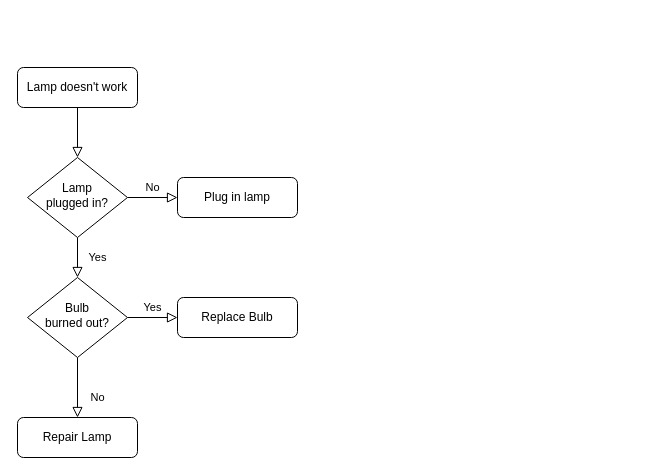
Before: Untitled Diagram.drawio in learnwithvikasjha/demo, a draw.io diagram. Source tidied: cells renumbered, new cells numbered last; positions are measured from the earlier drawing's top-left corner, leaving out a move shared by most shapes. Both pictures are drawn from the tidied source at 100%, with x=0, y=0 at pixel (17, 67).
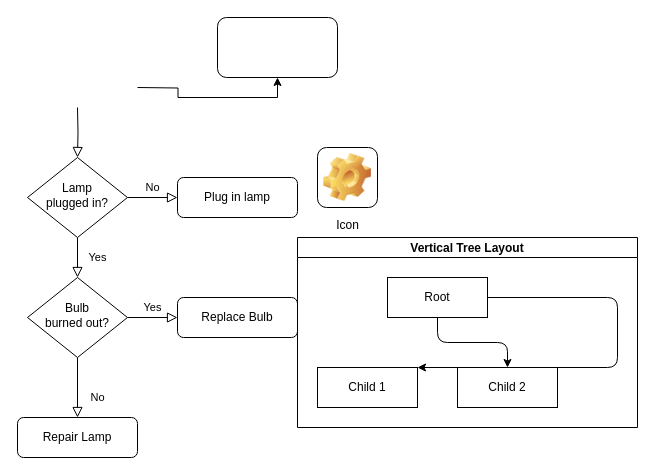
Above is the later version.

The change refers to these unchanged cells:
```xml
<mxCell id="6" value="Lamp&lt;br&gt;plugged in?" style="rhombus;whiteSpace=wrap;html=1;shadow=0;fontFamily=Helvetica;fontSize=12;align=center;strokeWidth=1;spacing=6;spacingTop=-4;" parent="1" vertex="1">
  <mxGeometry x="10" y="90" width="100" height="80" as="geometry" />
</mxCell>
```

The edit, as a diff of the source:
```diff
@@
-    <mxCell id="2" style="rounded=0;html=1;jettySize=auto;fontSize=11;endArrow=block;endFill=0;endSize=8;strokeWidth=1;shadow=0;labelBackgroundColor=none;edgeStyle=orthogonalEdgeStyle;" parent="1" edge="1" source="3" target="6">
-      <mxGeometry relative="1" as="geometry" />
+    <mxCell id="2" style="rounded=0;html=1;jettySize=auto;fontSize=11;endArrow=block;endFill=0;endSize=8;strokeWidth=1;shadow=0;labelBackgroundColor=none;edgeStyle=orthogonalEdgeStyle;" parent="1" edge="1" target="6">
+      <mxGeometry relative="1" as="geometry">
+        <mxPoint x="60" y="40" as="sourcePoint" />
+      </mxGeometry>
     </mxCell>
-    <mxCell id="3" value="Lamp doesn't work" style="rounded=1;whiteSpace=wrap;html=1;fontSize=12;glass=0;strokeWidth=1;shadow=0;" parent="1" vertex="1">
-      <mxGeometry width="120" height="40" as="geometry" />
-    </mxCell>
+    <mxCell id="13" style="edgeStyle=orthogonalEdgeStyle;rounded=0;jettySize=auto;html=1;" parent="1" edge="1" target="14">
+      <mxGeometry relative="1" as="geometry">
+        <mxPoint x="120" y="20" as="sourcePoint" />
+      </mxGeometry>
+    </mxCell>
@@
+    <mxCell id="14" style="whiteSpace=wrap;html=1;rounded=1;glass=0;strokeWidth=1;shadow=0;" parent="1" vertex="1">
+      <mxGeometry x="200" y="-50" width="120" height="60" as="geometry" />
+    </mxCell>
+    <mxCell id="15" value="Icon" style="icon;html=1;image=img/clipart/Gear_128x128.png;" parent="1" vertex="1">
+      <mxGeometry x="300" y="80" width="60" height="60" as="geometry" />
+    </mxCell>
+    <mxCell id="16" value="Vertical Tree Layout" style="swimlane;startSize=20;horizontal=1;horizontalTree=0;containerType=tree;fontSize=12;" parent="1" vertex="1">
+      <mxGeometry x="280" y="170" width="340" height="190" as="geometry" />
+    </mxCell>
+    <mxCell id="17" value="Root" style="whiteSpace=wrap;html=1;" parent="16" vertex="1">
+      <mxGeometry x="90" y="40" width="100" height="40" as="geometry" />
+    </mxCell>
+    <mxCell id="18" value="Child 1" style="whiteSpace=wrap;html=1;" parent="16" vertex="1">
+      <mxGeometry x="20" y="130" width="100" height="40" as="geometry" />
+    </mxCell>
+    <mxCell id="19" style="edgeStyle=elbowEdgeStyle;elbow=vertical;html=1;rounded=1;curved=0;sourcePerimeterSpacing=0;targetPerimeterSpacing=0;startSize=6;endSize=6;" parent="16" edge="1" source="17" target="18">
+      <mxGeometry relative="1" as="geometry">
+        <Array as="points">
+          <mxPoint x="320" y="130" />
+        </Array>
+      </mxGeometry>
+    </mxCell>
+    <mxCell id="20" value="Child 2" style="whiteSpace=wrap;html=1;" parent="16" vertex="1">
+      <mxGeometry x="160" y="130" width="100" height="40" as="geometry" />
+    </mxCell>
+    <mxCell id="21" style="edgeStyle=elbowEdgeStyle;elbow=vertical;html=1;rounded=1;curved=0;sourcePerimeterSpacing=0;targetPerimeterSpacing=0;startSize=6;endSize=6;" parent="16" edge="1" source="17" target="20">
+      <mxGeometry relative="1" as="geometry" />
+    </mxCell>
```
